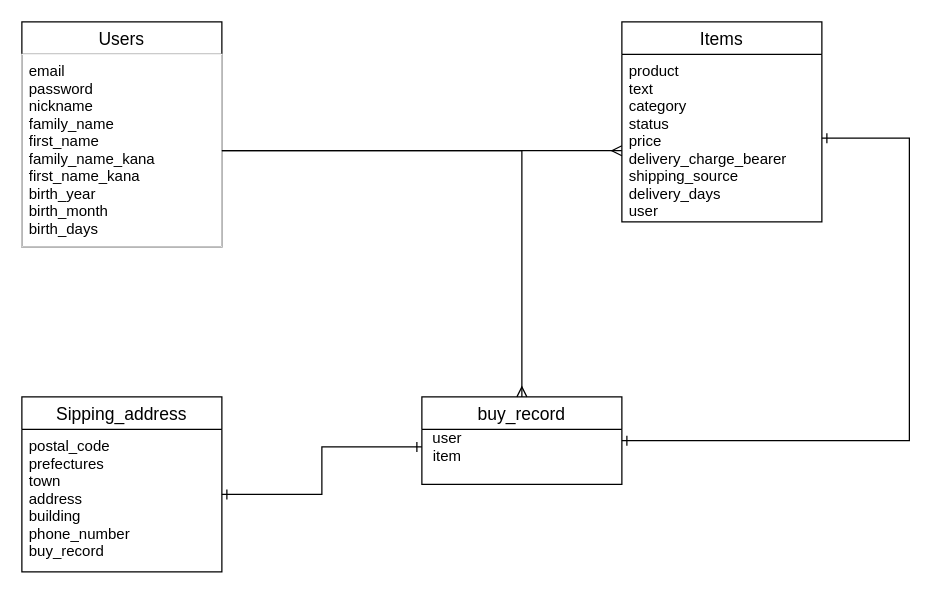
This is test.dio from stalimate1027/furima-35206, a draw.io file, before an edit. Source tidied: cells renumbered, new cells numbered last; positions are measured from the earlier drawing's top-left corner, leaving out a move shared by most shapes. Both pictures are drawn from the tidied source at 125%, with x=0, y=0 at pixel (21, 21).
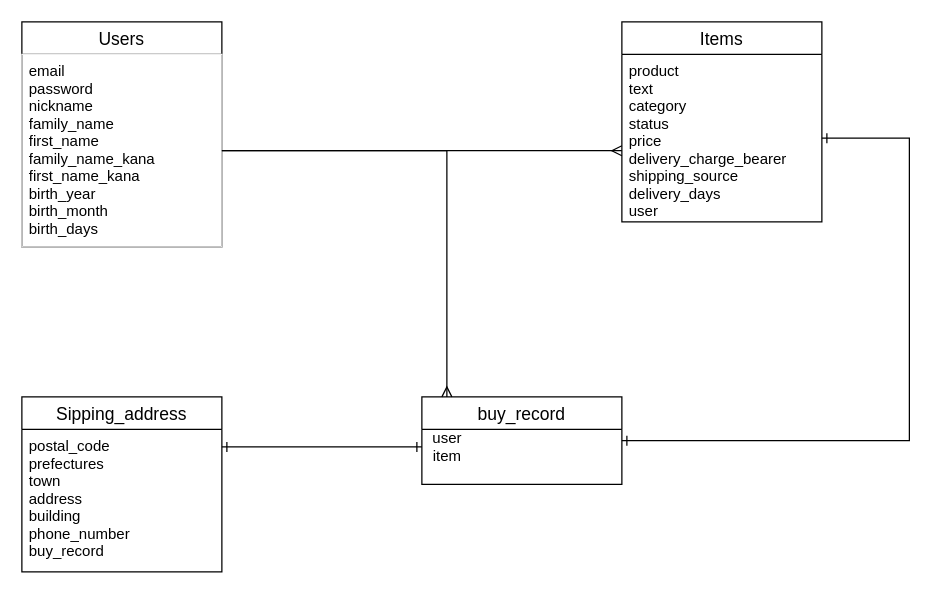
The same diagram, later.

The edit, as a diff of the source:
```diff
@@
 <mxGraphModel>
   <root>
     <mxCell id="0" />
     <mxCell id="1" parent="0" />
     <mxCell id="2" value="Users" style="swimlane;fontStyle=0;horizontal=1;startSize=26;align=center;fontSize=14;" parent="1" vertex="1">
       <mxGeometry width="160" height="180" as="geometry" />
     </mxCell>
     <mxCell id="3" value="email&#10;password&#10;nickname&#10;family_name&#10;first_name&#10;family_name_kana&#10;first_name_kana&#10;birth_year&#10;birth_month&#10;birth_days" style="text;fillColor=none;spacingLeft=4;spacingRight=4;overflow=hidden;points=[[0,0.5],[1,0.5]];portConstraint=eastwest;fontSize=12;strokeColor=#f0f0f0;" parent="2" vertex="1">
       <mxGeometry y="26" width="160" height="154" as="geometry" />
     </mxCell>
     <mxCell id="4" value="Items" style="swimlane;fontStyle=0;horizontal=1;startSize=26;align=center;fontSize=14;" parent="1" vertex="1">
       <mxGeometry x="480" width="160" height="160" as="geometry" />
     </mxCell>
     <mxCell id="5" value="product&#10;text&#10;category&#10;status&#10;price&#10;delivery_charge_bearer&#10;shipping_source&#10;delivery_days&#10;user" style="text;strokeColor=none;fillColor=none;spacingLeft=4;spacingRight=4;overflow=hidden;points=[[0,0.5],[1,0.5]];portConstraint=eastwest;fontSize=12;" parent="4" vertex="1">
       <mxGeometry y="26" width="160" height="134" as="geometry" />
     </mxCell>
     <mxCell id="6" value="Sipping_address" style="swimlane;fontStyle=0;horizontal=1;startSize=26;align=center;fontSize=14;" parent="1" vertex="1">
       <mxGeometry y="300" width="160" height="140" as="geometry" />
     </mxCell>
     <mxCell id="7" style="edgeStyle=orthogonalEdgeStyle;rounded=0;jettySize=auto;html=1;endArrow=ERone;endFill=0;startArrow=ERone;startFill=0;" parent="1" edge="1" source="8" target="10">
-      <mxGeometry relative="1" as="geometry" />
+      <mxGeometry relative="1" as="geometry">
+        <Array as="points">
+          <mxPoint x="200" y="340" />
+          <mxPoint x="200" y="340" />
+        </Array>
+      </mxGeometry>
     </mxCell>
     <mxCell id="8" value="postal_code&#10;prefectures&#10;town&#10;address&#10;building&#10;phone_number&#10;buy_record" style="text;strokeColor=none;fillColor=none;spacingLeft=4;spacingRight=4;overflow=hidden;points=[[0,0.5],[1,0.5]];portConstraint=eastwest;fontSize=12;" parent="1" vertex="1">
       <mxGeometry y="326" width="160" height="104" as="geometry" />
     </mxCell>
     <mxCell id="9" value="buy_record" style="swimlane;fontStyle=0;horizontal=1;startSize=26;align=center;fontSize=14;" parent="1" vertex="1">
       <mxGeometry x="320" y="300" width="160" height="70" as="geometry" />
     </mxCell>
     <mxCell id="10" value="user&lt;br&gt;item" style="text;html=1;align=center;verticalAlign=middle;points=[];" parent="1" vertex="1">
       <mxGeometry x="320" y="325" width="40" height="30" as="geometry" />
     </mxCell>
     <mxCell id="11" style="edgeStyle=orthogonalEdgeStyle;rounded=0;jettySize=auto;html=1;entryX=0;entryY=0.575;entryDx=0;entryDy=0;entryPerimeter=0;endArrow=ERmany;endFill=0;" parent="1" edge="1" source="3" target="5">
       <mxGeometry relative="1" as="geometry" />
     </mxCell>
-    <mxCell id="12" style="edgeStyle=orthogonalEdgeStyle;rounded=0;jettySize=auto;html=1;entryX=0.5;entryY=0;entryDx=0;entryDy=0;endArrow=ERmany;endFill=0;" parent="1" edge="1" source="3" target="9">
-      <mxGeometry relative="1" as="geometry" />
+    <mxCell id="12" style="edgeStyle=orthogonalEdgeStyle;rounded=0;jettySize=auto;html=1;endArrow=ERmany;endFill=0;" parent="1" edge="1" source="3">
+      <mxGeometry relative="1" as="geometry">
+        <mxPoint x="340" y="300" as="targetPoint" />
+        <Array as="points">
+          <mxPoint x="340" y="103" />
+          <mxPoint x="340" y="300" />
+        </Array>
+      </mxGeometry>
     </mxCell>
     <mxCell id="13" style="edgeStyle=orthogonalEdgeStyle;rounded=0;jettySize=auto;html=1;startArrow=ERone;startFill=0;endArrow=ERone;endFill=0;entryX=1;entryY=0.5;entryDx=0;entryDy=0;" parent="1" edge="1" source="5" target="9">
       <mxGeometry relative="1" as="geometry">
         <Array as="points">
           <mxPoint x="710" y="93" />
           <mxPoint x="710" y="335" />
         </Array>
       </mxGeometry>
     </mxCell>
   </root>
 </mxGraphModel>
```
